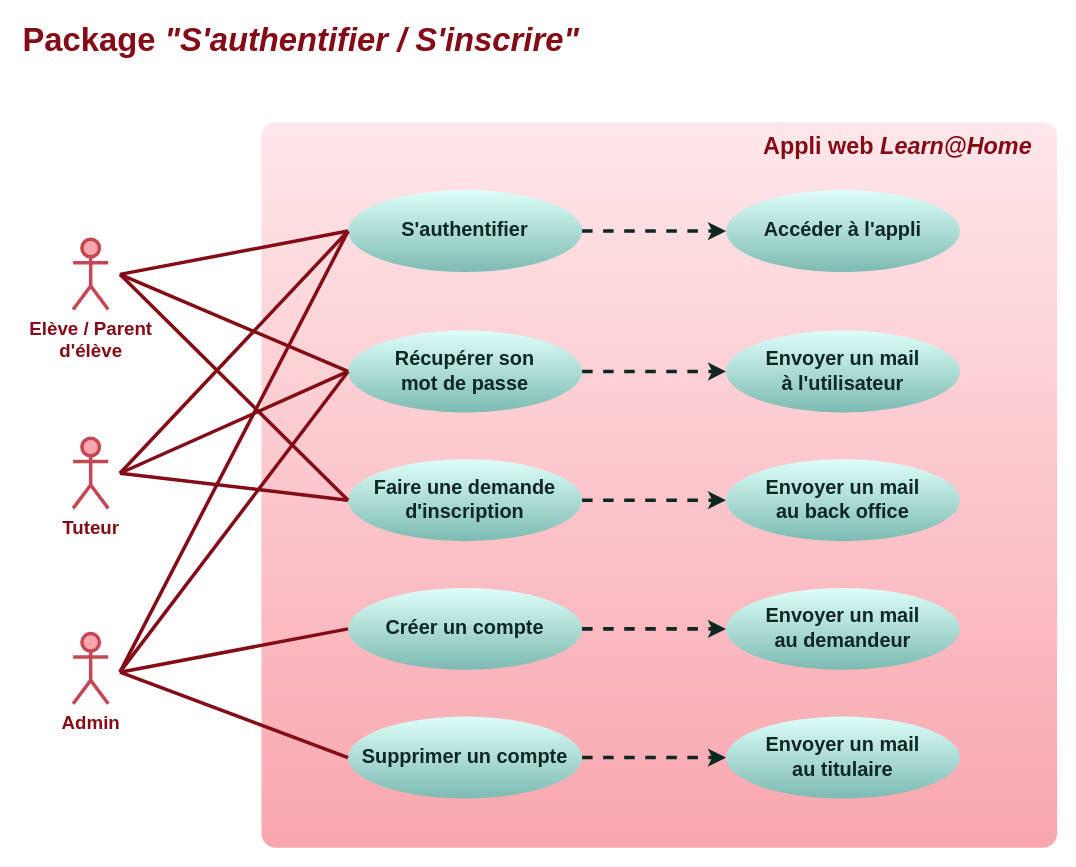
The draw.io diagram doc/use-cases-authenticate.drawio in logic-fabric/LoicMangin_10_01052021, before the edit. Source tidied: cells renumbered, new cells numbered last; positions are measured from the earlier drawing's top-left corner, leaving out a move shared by most shapes. Both pictures are drawn from the tidied source at 117%, with x=0, y=0 at pixel (20, 28).
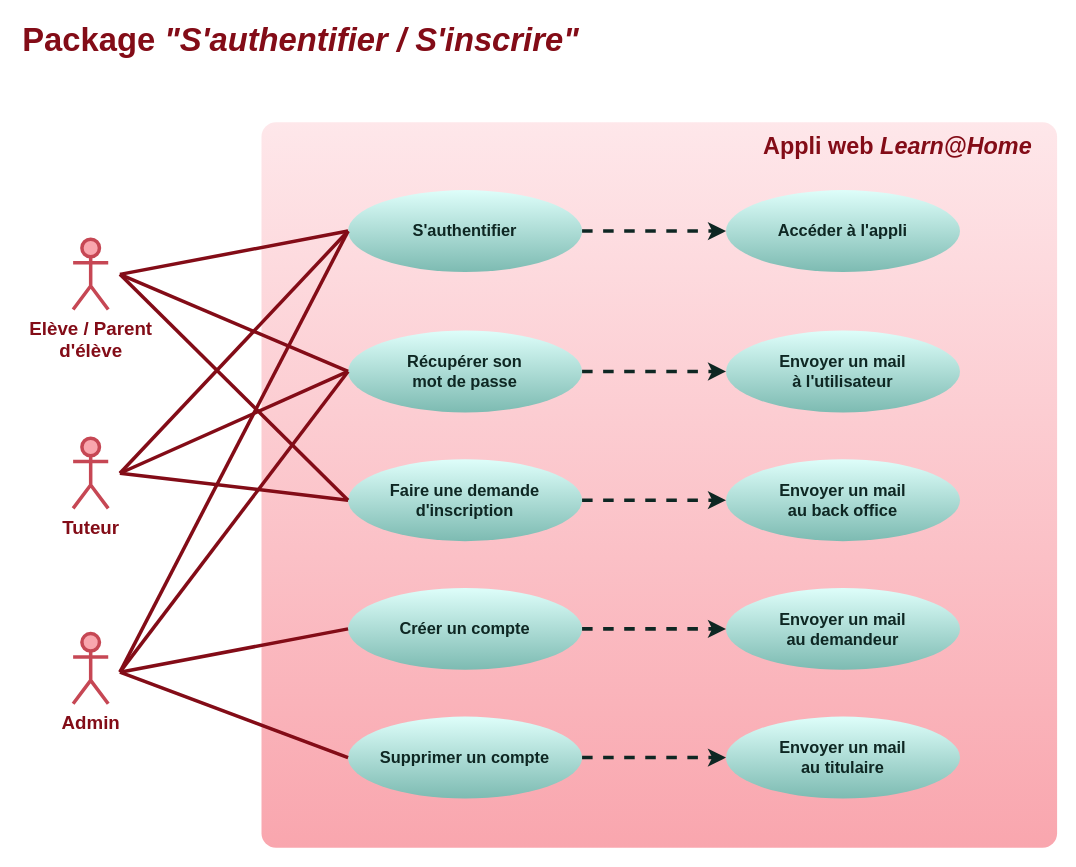
The same diagram, later.

Commit message (it also covers changes not shown here):
doc: add use cases diagram for back office

What changed in the source:
```diff
@@
-    <mxCell id="3" value="&lt;font size=&quot;1&quot; color=&quot;#830c17&quot;&gt;&lt;b style=&quot;font-size: 28px&quot;&gt;Package &lt;i&gt;&quot;S'authentifier / S'inscrire&quot;&lt;/i&gt;&lt;/b&gt;&lt;/font&gt;" style="text;html=1;strokeColor=none;fillColor=none;align=center;verticalAlign=middle;whiteSpace=wrap;rounded=0;fontColor=#660000;" parent="1" vertex="1">
+    <mxCell id="3" value="&lt;font size=&quot;1&quot; color=&quot;#830c17&quot;&gt;&lt;b style=&quot;font-size: 28px&quot;&gt;Package &lt;i&gt;&quot;S'authentifier / S'inscrire&quot;&lt;/i&gt;&lt;/b&gt;&lt;/font&gt;" style="text;html=1;strokeColor=none;fillColor=none;align=left;verticalAlign=middle;whiteSpace=wrap;rounded=0;fontColor=#660000;" parent="1" vertex="1">
       <mxGeometry width="480" height="20" as="geometry" />
     </mxCell>
@@
-    <mxCell id="8" value="&lt;font style=&quot;font-size: 17px&quot;&gt;&lt;b&gt;S'authentifier&lt;/b&gt;&lt;/font&gt;" style="ellipse;whiteSpace=wrap;html=1;rounded=1;strokeWidth=3;fontColor=#0e2723;strokeColor=none;fillColor=#defefa;gradientColor=#7dbbb2;" parent="1" vertex="1">
+    <mxCell id="8" value="&lt;font size=&quot;1&quot;&gt;&lt;b style=&quot;font-size: 14px&quot;&gt;S'authentifier&lt;/b&gt;&lt;/font&gt;" style="ellipse;whiteSpace=wrap;html=1;rounded=1;strokeWidth=3;fontColor=#0e2723;strokeColor=none;fillColor=#defefa;gradientColor=#7dbbb2;" parent="1" vertex="1">
       <mxGeometry x="280" y="138" width="200" height="70" as="geometry" />
     </mxCell>
-    <mxCell id="9" value="&lt;font style=&quot;font-size: 17px&quot;&gt;&lt;b&gt;Récupérer son &lt;br&gt;mot de passe&lt;br&gt;&lt;/b&gt;&lt;/font&gt;" style="ellipse;whiteSpace=wrap;html=1;rounded=1;strokeWidth=3;fontColor=#0e2723;strokeColor=none;fillColor=#defefa;gradientColor=#7dbbb2;" parent="1" vertex="1">
+    <mxCell id="9" value="&lt;font style=&quot;font-size: 14px&quot;&gt;&lt;b&gt;Récupérer son &lt;br&gt;mot de passe&lt;br&gt;&lt;/b&gt;&lt;/font&gt;" style="ellipse;whiteSpace=wrap;html=1;rounded=1;strokeWidth=3;fontColor=#0e2723;strokeColor=none;fillColor=#defefa;gradientColor=#7dbbb2;" parent="1" vertex="1">
       <mxGeometry x="280" y="258" width="200" height="70" as="geometry" />
     </mxCell>
-    <mxCell id="10" value="&lt;font style=&quot;font-size: 17px&quot;&gt;&lt;b&gt;Faire une demande&lt;br&gt;d'inscription&lt;br&gt;&lt;/b&gt;&lt;/font&gt;" style="ellipse;whiteSpace=wrap;html=1;rounded=1;strokeWidth=3;fontColor=#0e2723;strokeColor=none;fillColor=#defefa;gradientColor=#7dbbb2;" parent="1" vertex="1">
+    <mxCell id="10" value="&lt;font style=&quot;font-size: 14px&quot;&gt;&lt;b&gt;Faire une demande&lt;br&gt;d'inscription&lt;br&gt;&lt;/b&gt;&lt;/font&gt;" style="ellipse;whiteSpace=wrap;html=1;rounded=1;strokeWidth=3;fontColor=#0e2723;strokeColor=none;fillColor=#defefa;gradientColor=#7dbbb2;" parent="1" vertex="1">
       <mxGeometry x="280" y="368" width="200" height="70" as="geometry" />
     </mxCell>
-    <mxCell id="11" value="&lt;font style=&quot;font-size: 17px&quot;&gt;&lt;b&gt;Créer un compte&lt;br&gt;&lt;/b&gt;&lt;/font&gt;" style="ellipse;whiteSpace=wrap;html=1;rounded=1;strokeWidth=3;fontColor=#0e2723;strokeColor=none;fillColor=#defefa;gradientColor=#7dbbb2;" parent="1" vertex="1">
+    <mxCell id="11" value="&lt;font&gt;&lt;b&gt;&lt;font style=&quot;font-size: 14px&quot;&gt;Créer un compte&lt;/font&gt;&lt;br&gt;&lt;/b&gt;&lt;/font&gt;" style="ellipse;whiteSpace=wrap;html=1;rounded=1;strokeWidth=3;fontColor=#0e2723;strokeColor=none;fillColor=#defefa;gradientColor=#7dbbb2;" parent="1" vertex="1">
       <mxGeometry x="280" y="478" width="200" height="70" as="geometry" />
     </mxCell>
-    <mxCell id="12" value="&lt;font style=&quot;font-size: 17px&quot;&gt;&lt;b&gt;Envoyer un mail&lt;br&gt;&lt;/b&gt;&lt;b&gt;à l'utilisateur&lt;br&gt;&lt;/b&gt;&lt;/font&gt;" style="ellipse;whiteSpace=wrap;html=1;rounded=1;strokeWidth=3;fontColor=#0e2723;strokeColor=none;fillColor=#defefa;gradientColor=#7dbbb2;" parent="1" vertex="1">
+    <mxCell id="12" value="&lt;font style=&quot;font-size: 14px&quot;&gt;&lt;b&gt;Envoyer un mail&lt;br&gt;à l'utilisateur&lt;br&gt;&lt;/b&gt;&lt;/font&gt;" style="ellipse;whiteSpace=wrap;html=1;rounded=1;strokeWidth=3;fontColor=#0e2723;strokeColor=none;fillColor=#defefa;gradientColor=#7dbbb2;" parent="1" vertex="1">
       <mxGeometry x="603" y="258" width="200" height="70" as="geometry" />
     </mxCell>
-    <mxCell id="13" value="&lt;font style=&quot;font-size: 17px&quot;&gt;&lt;b&gt;Envoyer un mail&lt;br&gt;&lt;/b&gt;&lt;b&gt;au back office&lt;br&gt;&lt;/b&gt;&lt;/font&gt;" style="ellipse;whiteSpace=wrap;html=1;rounded=1;strokeWidth=3;fontColor=#0e2723;strokeColor=none;fillColor=#defefa;gradientColor=#7dbbb2;" parent="1" vertex="1">
+    <mxCell id="13" value="&lt;font style=&quot;font-size: 14px&quot;&gt;&lt;b&gt;Envoyer un mail&lt;br&gt;au back office&lt;br&gt;&lt;/b&gt;&lt;/font&gt;" style="ellipse;whiteSpace=wrap;html=1;rounded=1;strokeWidth=3;fontColor=#0e2723;strokeColor=none;fillColor=#defefa;gradientColor=#7dbbb2;" parent="1" vertex="1">
       <mxGeometry x="603" y="368" width="200" height="70" as="geometry" />
     </mxCell>
-    <mxCell id="14" value="&lt;font&gt;&lt;span style=&quot;font-size: 17px&quot;&gt;&lt;b&gt;Envoyer un mail&lt;br&gt;au demandeur&lt;/b&gt;&lt;/span&gt;&lt;b style=&quot;font-size: 17px&quot;&gt;&lt;br&gt;&lt;/b&gt;&lt;/font&gt;" style="ellipse;whiteSpace=wrap;html=1;rounded=1;strokeWidth=3;fontColor=#0e2723;strokeColor=none;fillColor=#defefa;gradientColor=#7dbbb2;" parent="1" vertex="1">
+    <mxCell id="14" value="&lt;font style=&quot;font-size: 14px&quot;&gt;&lt;b&gt;Envoyer un mail&lt;br&gt;au demandeur&lt;br&gt;&lt;/b&gt;&lt;/font&gt;" style="ellipse;whiteSpace=wrap;html=1;rounded=1;strokeWidth=3;fontColor=#0e2723;strokeColor=none;fillColor=#defefa;gradientColor=#7dbbb2;" parent="1" vertex="1">
       <mxGeometry x="603" y="478" width="200" height="70" as="geometry" />
     </mxCell>
@@
-    <mxCell id="27" value="&lt;font style=&quot;font-size: 17px&quot;&gt;&lt;b&gt;Supprimer un compte&lt;br&gt;&lt;/b&gt;&lt;/font&gt;" style="ellipse;whiteSpace=wrap;html=1;rounded=1;strokeWidth=3;fontColor=#0e2723;strokeColor=none;fillColor=#defefa;gradientColor=#7dbbb2;" parent="1" vertex="1">
+    <mxCell id="27" value="&lt;font&gt;&lt;b&gt;&lt;font style=&quot;font-size: 14px&quot;&gt;Supprimer un compte&lt;/font&gt;&lt;br&gt;&lt;/b&gt;&lt;/font&gt;" style="ellipse;whiteSpace=wrap;html=1;rounded=1;strokeWidth=3;fontColor=#0e2723;strokeColor=none;fillColor=#defefa;gradientColor=#7dbbb2;" parent="1" vertex="1">
       <mxGeometry x="280" y="588" width="200" height="70" as="geometry" />
     </mxCell>
@@
-    <mxCell id="29" value="&lt;font&gt;&lt;span style=&quot;font-size: 17px&quot;&gt;&lt;b&gt;Envoyer un mail&lt;br&gt;au titulaire&lt;/b&gt;&lt;/span&gt;&lt;b style=&quot;font-size: 17px&quot;&gt;&lt;br&gt;&lt;/b&gt;&lt;/font&gt;" style="ellipse;whiteSpace=wrap;html=1;rounded=1;strokeWidth=3;fontColor=#0e2723;strokeColor=none;fillColor=#defefa;gradientColor=#7dbbb2;" parent="1" vertex="1">
+    <mxCell id="29" value="&lt;font style=&quot;font-size: 14px&quot;&gt;&lt;b&gt;Envoyer un mail&lt;br&gt;au titulaire&lt;br&gt;&lt;/b&gt;&lt;/font&gt;" style="ellipse;whiteSpace=wrap;html=1;rounded=1;strokeWidth=3;fontColor=#0e2723;strokeColor=none;fillColor=#defefa;gradientColor=#7dbbb2;" parent="1" vertex="1">
       <mxGeometry x="603" y="588" width="200" height="70" as="geometry" />
     </mxCell>
@@
-    <mxCell id="31" value="&lt;font style=&quot;font-size: 17px&quot;&gt;&lt;b&gt;Accéder à l'appli&lt;/b&gt;&lt;/font&gt;" style="ellipse;whiteSpace=wrap;html=1;rounded=1;strokeWidth=3;fontColor=#0e2723;strokeColor=none;fillColor=#defefa;gradientColor=#7dbbb2;" parent="1" vertex="1">
+    <mxCell id="31" value="&lt;font size=&quot;1&quot;&gt;&lt;b style=&quot;font-size: 14px&quot;&gt;Accéder à l'appli&lt;/b&gt;&lt;/font&gt;" style="ellipse;whiteSpace=wrap;html=1;rounded=1;strokeWidth=3;fontColor=#0e2723;strokeColor=none;fillColor=#defefa;gradientColor=#7dbbb2;" parent="1" vertex="1">
       <mxGeometry x="603" y="138" width="200" height="70" as="geometry" />
     </mxCell>
```
